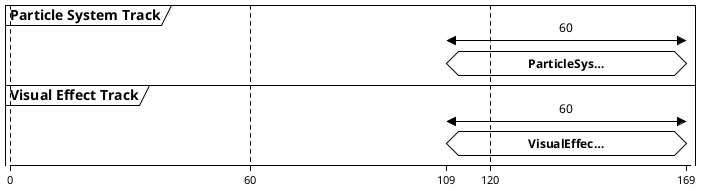
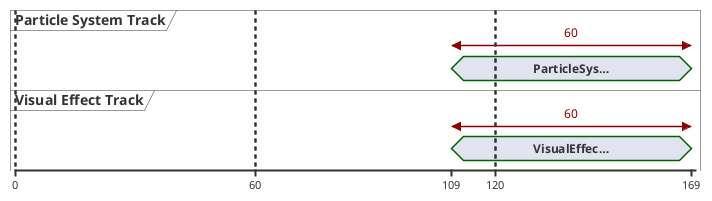
@startuml
- !theme plain
<style>
timingDiagram {
  timegrid {
    LineColor transparent
    LineThickness 0
  }
}
</style>
' Generated from Unity Timeline: /home/i/GitHub/vex-timeline-smith/tests/Vex.TimelineSmith.Tests/Fixtures/Playables/05_tmpTimeline.playable
' fps=60  duration=169f  clips=2  px/frame=4
manual time-axis
scale 1 as 4 pixels

concise "Particle System Track" as ParticleSystemTrack_0
concise "Visual Effect Track" as VisualEffectTrack_1

@0 as :0
@60 as :60
- @109 as :109
@120 as :120
@169 as :169

- @:109
+ @109
ParticleSystemTrack_0 is "ParticleSys…"
VisualEffectTrack_1 is "VisualEffec…"

- @:169
+ @169
ParticleSystemTrack_0 is {hidden}
VisualEffectTrack_1 is {hidden}

' --- duration / blend ---
ParticleSystemTrack_0@109 <-> @169 : 60
VisualEffectTrack_1@109 <-> @169 : 60

' --- major frame guides ---
highlight 0 to 0.01 #B0B0B0
highlight 60 to 60.01 #B0B0B0
highlight 120 to 120.01 #B0B0B0

@enduml

- '
+ ' ===VEX_PLAYABLE_BYTES_V1===
+ ' sha256:5e5b462e9cabbe9f380c98fa26d417638cab3af2d509ffbb3a043778fcfdf03e
+ ' JVlBTUwgMS4xCiVUQUcgIXUhIHRhZzp1bml0eTNkLmNvbSwyMDExOgotLS0gIXUhMTE0ICYtMzQ5
+ ' NTEwMTg2Mzc2MTgxMTE4Ck1vbm9CZWhhdmlvdXI6CiAgbV9PYmplY3RIaWRlRmxhZ3M6IDEKICBt
+ ' X0NvcnJlc3BvbmRpbmdTb3VyY2VPYmplY3Q6IHtmaWxlSUQ6IDB9CiAgbV9QcmVmYWJJbnN0YW5j
+ ' ZToge2ZpbGVJRDogMH0KICBtX1ByZWZhYkFzc2V0OiB7ZmlsZUlEOiAwfQogIG1fR2FtZU9iamVj
+ ' dDoge2ZpbGVJRDogMH0KICBtX0VuYWJsZWQ6IDEKICBtX0VkaXRvckhpZGVGbGFnczogMAogIG1f
+ ' U2NyaXB0OiB7ZmlsZUlEOiAxMTUwMDAwMCwgZ3VpZDogNGU2ZGRmYzJlZTA3Y2UxOWFiNmI5N2Ri
+ ' YTdkMDk1YTQsIHR5cGU6IDN9CiAgbV9OYW1lOiBQYXJ0aWNsZSBTeXN0ZW0gVHJhY2sKICBtX0Vk
+ ' aXRvckNsYXNzSWRlbnRpZmllcjogQm92aW5lTGFicy5UaW1lbGluZS5QYXJ0aWNsZXMuQXV0aG9y
+ ' aW5nOjpCb3ZpbmVMYWJzLlRpbWVsaW5lLlBhcnRpY2xlcy5BdXRob3JpbmcuUGFydGljbGVTeXN0
+ ' ZW1UcmFjawogIG1fVmVyc2lvbjogMwogIG1fQW5pbUNsaXA6IHtmaWxlSUQ6IDB9CiAgbV9Mb2Nr
+ ' ZWQ6IDAKICBtX011dGVkOiAwCiAgbV9DdXN0b21QbGF5YWJsZUZ1bGxUeXBlbmFtZTogCiAgbV9D
+ ' dXJ2ZXM6IHtmaWxlSUQ6IDB9CiAgbV9QYXJlbnQ6IHtmaWxlSUQ6IDExNDAwMDAwfQogIG1fQ2hp
+ ' bGRyZW46IFtdCiAgbV9DbGlwczoKICAtIG1fVmVyc2lvbjogMQogICAgbV9TdGFydDogMS44MTY2
+ ' NjY2NjY2NjY2NjY3CiAgICBtX0NsaXBJbjogMAogICAgbV9Bc3NldDoge2ZpbGVJRDogNzY3NzIw
+ ' MTgyMTA0OTY3NzA5M30KICAgIG1fRHVyYXRpb246IDEKICAgIG1fVGltZVNjYWxlOiAxCiAgICBt
+ ' X1BhcmVudFRyYWNrOiB7ZmlsZUlEOiAtMzQ5NTEwMTg2Mzc2MTgxMTE4fQogICAgbV9FYXNlSW5E
+ ' dXJhdGlvbjogMAogICAgbV9FYXNlT3V0RHVyYXRpb246IDAKICAgIG1fQmxlbmRJbkR1cmF0aW9u
+ ' OiAwCiAgICBtX0JsZW5kT3V0RHVyYXRpb246IDAKICAgIG1fTWl4SW5DdXJ2ZToKICAgICAgc2Vy
+ ' aWFsaXplZFZlcnNpb246IDIKICAgICAgbV9DdXJ2ZToKICAgICAgLSBzZXJpYWxpemVkVmVyc2lv
+ ' bjogMwogICAgICAgIHRpbWU6IDAKICAgICAgICB2YWx1ZTogMAogICAgICAgIGluU2xvcGU6IDAK
+ ' ICAgICAgICBvdXRTbG9wZTogMAogICAgICAgIHRhbmdlbnRNb2RlOiAwCiAgICAgICAgd2VpZ2h0
+ ' ZWRNb2RlOiAwCiAgICAgICAgaW5XZWlnaHQ6IDAKICAgICAgICBvdXRXZWlnaHQ6IDAKICAgICAg
+ ' LSBzZXJpYWxpemVkVmVyc2lvbjogMwogICAgICAgIHRpbWU6IDEKICAgICAgICB2YWx1ZTogMQog
+ ' ICAgICAgIGluU2xvcGU6IDAKICAgICAgICBvdXRTbG9wZTogMAogICAgICAgIHRhbmdlbnRNb2Rl
+ ' OiAwCiAgICAgICAgd2VpZ2h0ZWRNb2RlOiAwCiAgICAgICAgaW5XZWlnaHQ6IDAKICAgICAgICBv
+ ' dXRXZWlnaHQ6IDAKICAgICAgbV9QcmVJbmZpbml0eTogMgogICAgICBtX1Bvc3RJbmZpbml0eTog
+ ' MgogICAgICBtX1JvdGF0aW9uT3JkZXI6IDQKICAgIG1fTWl4T3V0Q3VydmU6CiAgICAgIHNlcmlh
+ ' bGl6ZWRWZXJzaW9uOiAyCiAgICAgIG1fQ3VydmU6CiAgICAgIC0gc2VyaWFsaXplZFZlcnNpb246
+ ' IDMKICAgICAgICB0aW1lOiAwCiAgICAgICAgdmFsdWU6IDEKICAgICAgICBpblNsb3BlOiAwCiAg
+ ' ICAgICAgb3V0U2xvcGU6IDAKICAgICAgICB0YW5nZW50TW9kZTogMAogICAgICAgIHdlaWdodGVk
+ ' TW9kZTogMAogICAgICAgIGluV2VpZ2h0OiAwCiAgICAgICAgb3V0V2VpZ2h0OiAwCiAgICAgIC0g
+ ' c2VyaWFsaXplZFZlcnNpb246IDMKICAgICAgICB0aW1lOiAxCiAgICAgICAgdmFsdWU6IDAKICAg
+ ' ICAgICBpblNsb3BlOiAwCiAgICAgICAgb3V0U2xvcGU6IDAKICAgICAgICB0YW5nZW50TW9kZTog
+ ' MAogICAgICAgIHdlaWdodGVkTW9kZTogMAogICAgICAgIGluV2VpZ2h0OiAwCiAgICAgICAgb3V0
+ ' V2VpZ2h0OiAwCiAgICAgIG1fUHJlSW5maW5pdHk6IDIKICAgICAgbV9Qb3N0SW5maW5pdHk6IDIK
+ ' ICAgICAgbV9Sb3RhdGlvbk9yZGVyOiA0CiAgICBtX0JsZW5kSW5DdXJ2ZU1vZGU6IDAKICAgIG1f
+ ' QmxlbmRPdXRDdXJ2ZU1vZGU6IDAKICAgIG1fRXhwb3NlZFBhcmFtZXRlck5hbWVzOiBbXQogICAg
+ ' bV9BbmltYXRpb25DdXJ2ZXM6IHtmaWxlSUQ6IDB9CiAgICBtX1JlY29yZGFibGU6IDAKICAgIG1f
+ ' UG9zdEV4dHJhcG9sYXRpb25Nb2RlOiAwCiAgICBtX1ByZUV4dHJhcG9sYXRpb25Nb2RlOiAwCiAg
+ ' ICBtX1Bvc3RFeHRyYXBvbGF0aW9uVGltZTogMAogICAgbV9QcmVFeHRyYXBvbGF0aW9uVGltZTog
+ ' MAogICAgbV9EaXNwbGF5TmFtZTogUGFydGljbGVTeXN0ZW1DbGlwCiAgbV9NYXJrZXJzOgogICAg
+ ' bV9PYmplY3RzOiBbXQogIHJlc2V0T25EZWFjdGl2YXRlOiAxCi0tLSAhdSExMTQgJjExNDAwMDAw
+ ' Ck1vbm9CZWhhdmlvdXI6CiAgbV9PYmplY3RIaWRlRmxhZ3M6IDAKICBtX0NvcnJlc3BvbmRpbmdT
+ ' b3VyY2VPYmplY3Q6IHtmaWxlSUQ6IDB9CiAgbV9QcmVmYWJJbnN0YW5jZToge2ZpbGVJRDogMH0K
+ ' ICBtX1ByZWZhYkFzc2V0OiB7ZmlsZUlEOiAwfQogIG1fR2FtZU9iamVjdDoge2ZpbGVJRDogMH0K
+ ' ICBtX0VuYWJsZWQ6IDEKICBtX0VkaXRvckhpZGVGbGFnczogMAogIG1fU2NyaXB0OiB7ZmlsZUlE
+ ' OiAxMTUwMDAwMCwgZ3VpZDogYmZkYTU2ZGE4MzNlMjM4NGE5Njc3Y2QzYzk3NmE0MzYsIHR5cGU6
+ ' IDN9CiAgbV9OYW1lOiB0bXBUaW1lbGluZQogIG1fRWRpdG9yQ2xhc3NJZGVudGlmaWVyOiBVbml0
+ ' eS5UaW1lbGluZTo6VW5pdHlFbmdpbmUuVGltZWxpbmUuVGltZWxpbmVBc3NldAogIG1fVmVyc2lv
+ ' bjogMAogIG1fVHJhY2tzOgogIC0ge2ZpbGVJRDogLTM0OTUxMDE4NjM3NjE4MTExOH0KICAtIHtm
+ ' aWxlSUQ6IDg5MDYyMTg0NzY1NjA3NzQyMDl9CiAgbV9GaXhlZER1cmF0aW9uOiAwCiAgbV9FZGl0
+ ' b3JTZXR0aW5nczoKICAgIG1fRnJhbWVyYXRlOiA2MAogICAgbV9TY2VuZVByZXZpZXc6IDEKICBt
+ ' X0R1cmF0aW9uTW9kZTogMAogIG1fTWFya2VyVHJhY2s6IHtmaWxlSUQ6IDB9Ci0tLSAhdSExMTQg
+ ' JjI0NDk0MDgzNDUzODM0MzczNTcKTW9ub0JlaGF2aW91cjoKICBtX09iamVjdEhpZGVGbGFnczog
+ ' MQogIG1fQ29ycmVzcG9uZGluZ1NvdXJjZU9iamVjdDoge2ZpbGVJRDogMH0KICBtX1ByZWZhYklu
+ ' c3RhbmNlOiB7ZmlsZUlEOiAwfQogIG1fUHJlZmFiQXNzZXQ6IHtmaWxlSUQ6IDB9CiAgbV9HYW1l
+ ' T2JqZWN0OiB7ZmlsZUlEOiAwfQogIG1fRW5hYmxlZDogMQogIG1fRWRpdG9ySGlkZUZsYWdzOiAw
+ ' CiAgbV9TY3JpcHQ6IHtmaWxlSUQ6IDExNTAwMDAwLCBndWlkOiAyN2YzYzFlMTFiMTM5YTk3ODlj
+ ' MTYyZmFiMTA0ODU2MiwgdHlwZTogM30KICBtX05hbWU6IFZpc3VhbEVmZmVjdENsaXAKICBtX0Vk
+ ' aXRvckNsYXNzSWRlbnRpZmllcjogQm92aW5lTGFicy5UaW1lbGluZS5WRlhGb3JnZS5BdXRob3Jp
+ ' bmc6OkJvdmluZUxhYnMuVGltZWxpbmUuVkZYRm9yZ2UuQXV0aG9yaW5nLlZpc3VhbEVmZmVjdENs
+ ' aXAKICBmYWxsYmFja0Fzc2V0OiB7ZmlsZUlEOiAwfQogIHN0b3BBbmRDbGVhcjogMQogIHBvb2xD
+ ' YXBhY2l0eTogOAogIHRhaWxUaW1lb3V0OiAxMAotLS0gIXUhMTE0ICY3Njc3MjAxODIxMDQ5Njc3
+ ' MDkzCk1vbm9CZWhhdmlvdXI6CiAgbV9PYmplY3RIaWRlRmxhZ3M6IDEKICBtX0NvcnJlc3BvbmRp
+ ' bmdTb3VyY2VPYmplY3Q6IHtmaWxlSUQ6IDB9CiAgbV9QcmVmYWJJbnN0YW5jZToge2ZpbGVJRDog
+ ' MH0KICBtX1ByZWZhYkFzc2V0OiB7ZmlsZUlEOiAwfQogIG1fR2FtZU9iamVjdDoge2ZpbGVJRDog
+ ' MH0KICBtX0VuYWJsZWQ6IDEKICBtX0VkaXRvckhpZGVGbGFnczogMAogIG1fU2NyaXB0OiB7Zmls
+ ' ZUlEOiAxMTUwMDAwMCwgZ3VpZDogYWNiMGIxZDZhOWZkMDViMzQ4ZDQzZDZiNDViZGQwOTksIHR5
+ ' cGU6IDN9CiAgbV9OYW1lOiBQYXJ0aWNsZVN5c3RlbUNsaXAKICBtX0VkaXRvckNsYXNzSWRlbnRp
+ ' ZmllcjogQm92aW5lTGFicy5UaW1lbGluZS5QYXJ0aWNsZXMuQXV0aG9yaW5nOjpCb3ZpbmVMYWJz
+ ' LlRpbWVsaW5lLlBhcnRpY2xlcy5BdXRob3JpbmcuUGFydGljbGVTeXN0ZW1DbGlwCiAgcGxheVdp
+ ' dGhDaGlsZHJlbjogMQogIHN0b3BBbmRDbGVhcjogMQogIHBsYXliYWNrTW9kZTogMAogIHBvb2xD
+ ' YXBhY2l0eTogNAogIHBvb2xQcmV3YXJtQ291bnQ6IDIKICBtYXhUYWlsU2Vjb25kczogOAogIGZv
+ ' bGxvd1NvdXJjZVdoaWxlVGFpbGluZzogMQotLS0gIXUhMTE0ICY4OTA2MjE4NDc2NTYwNzc0MjA5
+ ' Ck1vbm9CZWhhdmlvdXI6CiAgbV9PYmplY3RIaWRlRmxhZ3M6IDEKICBtX0NvcnJlc3BvbmRpbmdT
+ ' b3VyY2VPYmplY3Q6IHtmaWxlSUQ6IDB9CiAgbV9QcmVmYWJJbnN0YW5jZToge2ZpbGVJRDogMH0K
+ ' ICBtX1ByZWZhYkFzc2V0OiB7ZmlsZUlEOiAwfQogIG1fR2FtZU9iamVjdDoge2ZpbGVJRDogMH0K
+ ' ICBtX0VuYWJsZWQ6IDEKICBtX0VkaXRvckhpZGVGbGFnczogMAogIG1fU2NyaXB0OiB7ZmlsZUlE
+ ' OiAxMTUwMDAwMCwgZ3VpZDogYzlhMGY4NWUyNDhiOGIzMTliMGVmZmJlMTEyZjc1YmEsIHR5cGU6
+ ' IDN9CiAgbV9OYW1lOiBWaXN1YWwgRWZmZWN0IFRyYWNrCiAgbV9FZGl0b3JDbGFzc0lkZW50aWZp
+ ' ZXI6IEJvdmluZUxhYnMuVGltZWxpbmUuVkZYRm9yZ2UuQXV0aG9yaW5nOjpCb3ZpbmVMYWJzLlRp
+ ' bWVsaW5lLlZGWEZvcmdlLkF1dGhvcmluZy5WaXN1YWxFZmZlY3RUcmFjawogIG1fVmVyc2lvbjog
+ ' MwogIG1fQW5pbUNsaXA6IHtmaWxlSUQ6IDB9CiAgbV9Mb2NrZWQ6IDAKICBtX011dGVkOiAwCiAg
+ ' bV9DdXN0b21QbGF5YWJsZUZ1bGxUeXBlbmFtZTogCiAgbV9DdXJ2ZXM6IHtmaWxlSUQ6IDB9CiAg
+ ' bV9QYXJlbnQ6IHtmaWxlSUQ6IDExNDAwMDAwfQogIG1fQ2hpbGRyZW46IFtdCiAgbV9DbGlwczoK
+ ' ICAtIG1fVmVyc2lvbjogMQogICAgbV9TdGFydDogMS44MTY2NjY2NjY2NjY2NjY0CiAgICBtX0Ns
+ ' aXBJbjogMAogICAgbV9Bc3NldDoge2ZpbGVJRDogMjQ0OTQwODM0NTM4MzQzNzM1N30KICAgIG1f
+ ' RHVyYXRpb246IDEKICAgIG1fVGltZVNjYWxlOiAxCiAgICBtX1BhcmVudFRyYWNrOiB7ZmlsZUlE
+ ' OiA4OTA2MjE4NDc2NTYwNzc0MjA5fQogICAgbV9FYXNlSW5EdXJhdGlvbjogMAogICAgbV9FYXNl
+ ' T3V0RHVyYXRpb246IDAKICAgIG1fQmxlbmRJbkR1cmF0aW9uOiAwCiAgICBtX0JsZW5kT3V0RHVy
+ ' YXRpb246IDAKICAgIG1fTWl4SW5DdXJ2ZToKICAgICAgc2VyaWFsaXplZFZlcnNpb246IDIKICAg
+ ' ICAgbV9DdXJ2ZToKICAgICAgLSBzZXJpYWxpemVkVmVyc2lvbjogMwogICAgICAgIHRpbWU6IDAK
+ ' ICAgICAgICB2YWx1ZTogMAogICAgICAgIGluU2xvcGU6IDAKICAgICAgICBvdXRTbG9wZTogMAog
+ ' ICAgICAgIHRhbmdlbnRNb2RlOiAwCiAgICAgICAgd2VpZ2h0ZWRNb2RlOiAwCiAgICAgICAgaW5X
+ ' ZWlnaHQ6IDAKICAgICAgICBvdXRXZWlnaHQ6IDAKICAgICAgLSBzZXJpYWxpemVkVmVyc2lvbjog
+ ' MwogICAgICAgIHRpbWU6IDEKICAgICAgICB2YWx1ZTogMQogICAgICAgIGluU2xvcGU6IDAKICAg
+ ' ICAgICBvdXRTbG9wZTogMAogICAgICAgIHRhbmdlbnRNb2RlOiAwCiAgICAgICAgd2VpZ2h0ZWRN
+ ' b2RlOiAwCiAgICAgICAgaW5XZWlnaHQ6IDAKICAgICAgICBvdXRXZWlnaHQ6IDAKICAgICAgbV9Q
+ ' cmVJbmZpbml0eTogMgogICAgICBtX1Bvc3RJbmZpbml0eTogMgogICAgICBtX1JvdGF0aW9uT3Jk
+ ' ZXI6IDQKICAgIG1fTWl4T3V0Q3VydmU6CiAgICAgIHNlcmlhbGl6ZWRWZXJzaW9uOiAyCiAgICAg
+ ' IG1fQ3VydmU6CiAgICAgIC0gc2VyaWFsaXplZFZlcnNpb246IDMKICAgICAgICB0aW1lOiAwCiAg
+ ' ICAgICAgdmFsdWU6IDEKICAgICAgICBpblNsb3BlOiAwCiAgICAgICAgb3V0U2xvcGU6IDAKICAg
+ ' ICAgICB0YW5nZW50TW9kZTogMAogICAgICAgIHdlaWdodGVkTW9kZTogMAogICAgICAgIGluV2Vp
+ ' Z2h0OiAwCiAgICAgICAgb3V0V2VpZ2h0OiAwCiAgICAgIC0gc2VyaWFsaXplZFZlcnNpb246IDMK
+ ' ICAgICAgICB0aW1lOiAxCiAgICAgICAgdmFsdWU6IDAKICAgICAgICBpblNsb3BlOiAwCiAgICAg
+ ' ICAgb3V0U2xvcGU6IDAKICAgICAgICB0YW5nZW50TW9kZTogMAogICAgICAgIHdlaWdodGVkTW9k
+ ' ZTogMAogICAgICAgIGluV2VpZ2h0OiAwCiAgICAgICAgb3V0V2VpZ2h0OiAwCiAgICAgIG1fUHJl
+ ' SW5maW5pdHk6IDIKICAgICAgbV9Qb3N0SW5maW5pdHk6IDIKICAgICAgbV9Sb3RhdGlvbk9yZGVy
+ ' OiA0CiAgICBtX0JsZW5kSW5DdXJ2ZU1vZGU6IDAKICAgIG1fQmxlbmRPdXRDdXJ2ZU1vZGU6IDAK
+ ' ICAgIG1fRXhwb3NlZFBhcmFtZXRlck5hbWVzOiBbXQogICAgbV9BbmltYXRpb25DdXJ2ZXM6IHtm
+ ' aWxlSUQ6IDB9CiAgICBtX1JlY29yZGFibGU6IDAKICAgIG1fUG9zdEV4dHJhcG9sYXRpb25Nb2Rl
+ ' OiAwCiAgICBtX1ByZUV4dHJhcG9sYXRpb25Nb2RlOiAwCiAgICBtX1Bvc3RFeHRyYXBvbGF0aW9u
+ ' VGltZTogMAogICAgbV9QcmVFeHRyYXBvbGF0aW9uVGltZTogMAogICAgbV9EaXNwbGF5TmFtZTog
+ ' VmlzdWFsRWZmZWN0Q2xpcAogIG1fTWFya2VyczoKICAgIG1fT2JqZWN0czogW10KICByZXNldE9u
+ ' RGVhY3RpdmF0ZTogMQo=
+ ' ===END_VEX_PLAYABLE_BYTES_V1===
